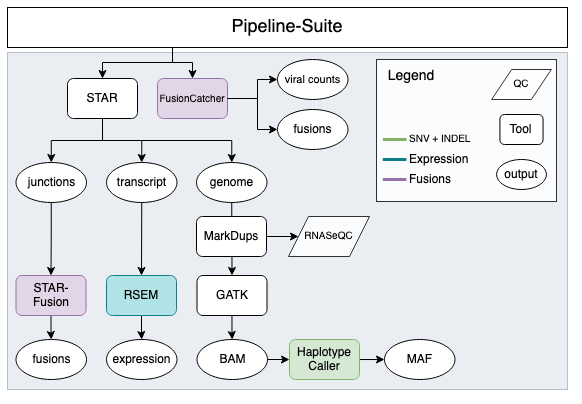
This is pughlab_rna_pipeline_suite.png from pughlab/pipeline-suite, a draw.io export, as it was before one commit. Source tidied: cells renumbered, new cells last; positions are measured from the earlier drawing's top-left corner, leaving out a move shared by most shapes.
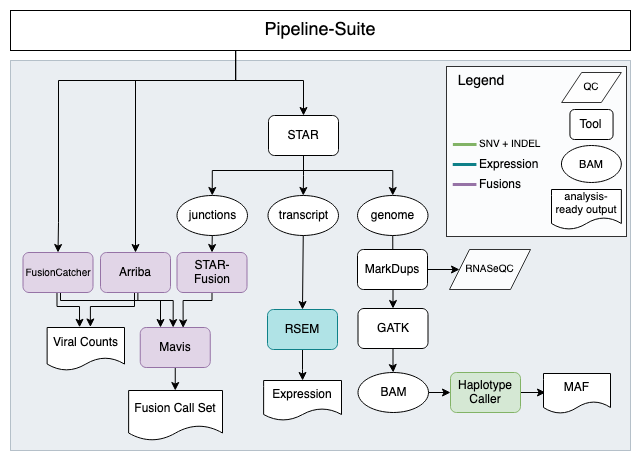
After the commit.

The edit, as a diff of the source:
```diff
@@ -2,74 +2,83 @@
   <root>
     <mxCell id="0" />
     <mxCell id="1" parent="0" />
-    <mxCell id="2" style="rounded=0;whiteSpace=wrap;html=1;fillColor=#bac8d3;opacity=30;strokeColor=#23445d;" parent="1" vertex="1">
-      <mxGeometry y="45" width="560" height="337" as="geometry" />
-    </mxCell>
-    <mxCell id="3" style="edgeStyle=orthogonalEdgeStyle;rounded=0;jettySize=auto;html=1;" parent="1" edge="1" source="4" target="29">
-      <mxGeometry relative="1" as="geometry" />
-    </mxCell>
+    <mxCell id="53" style="rounded=0;whiteSpace=wrap;html=1;fillColor=#bac8d3;opacity=30;strokeColor=#23445d;" parent="1" vertex="1">
+      <mxGeometry x="-50" y="12" width="620" height="390" as="geometry" />
+    </mxCell>
+    <mxCell id="54" style="rounded=0;whiteSpace=wrap;html=1;opacity=80;" parent="1" vertex="1">
+      <mxGeometry x="386" y="18" width="180" height="170" as="geometry" />
+    </mxCell>
+    <mxCell id="55" style="edgeStyle=orthogonalEdgeStyle;rounded=0;jettySize=auto;html=1;" parent="1" edge="1" source="4" target="78">
+      <mxGeometry relative="1" as="geometry" />
+    </mxCell>
     <mxCell id="4" value="RSEM" style="rounded=1;whiteSpace=wrap;html=1;fillColor=#b0e3e6;strokeColor=#0e8088;" parent="1" vertex="1">
-      <mxGeometry x="99" y="268" width="70" height="40" as="geometry" />
+      <mxGeometry x="207" y="261" width="70" height="40" as="geometry" />
     </mxCell>
-    <mxCell id="5" style="edgeStyle=orthogonalEdgeStyle;rounded=0;jettySize=auto;html=1;entryX=0;entryY=0.5;entryDx=0;entryDy=0;" parent="1" edge="1" source="6" target="31">
-      <mxGeometry relative="1" as="geometry">
-        <Array as="points">
-          <mxPoint x="250" y="91" />
-          <mxPoint x="250" y="72" />
-        </Array>
-      </mxGeometry>
-    </mxCell>
-    <mxCell id="6" value="&lt;font style=&quot;font-size: 10px&quot;&gt;FusionCatcher&lt;/font&gt;" style="rounded=1;whiteSpace=wrap;html=1;fillColor=#e1d5e7;strokeColor=#9673a6;" parent="1" vertex="1">
-      <mxGeometry x="150" y="71" width="70" height="40" as="geometry" />
-    </mxCell>
-    <mxCell id="7" style="edgeStyle=orthogonalEdgeStyle;rounded=0;jettySize=auto;html=1;entryX=0.5;entryY=0;entryDx=0;entryDy=0;exitX=0.5;exitY=1;exitDx=0;exitDy=0;" parent="1" edge="1" target="8">
-      <mxGeometry relative="1" as="geometry">
-        <mxPoint x="165" y="35" as="sourcePoint" />
-        <Array as="points">
-          <mxPoint x="170" y="55" />
-          <mxPoint x="125" y="55" />
-        </Array>
-      </mxGeometry>
-    </mxCell>
+    <mxCell id="56" style="edgeStyle=orthogonalEdgeStyle;rounded=0;jettySize=auto;html=1;entryX=0.419;entryY=-0.005;entryDx=0;entryDy=0;entryPerimeter=0;" parent="1" edge="1" target="77">
+      <mxGeometry relative="1" as="geometry">
+        <mxPoint x="-3.5" y="240" as="sourcePoint" />
+        <Array as="points">
+          <mxPoint x="-3" y="258" />
+          <mxPoint x="19" y="258" />
+        </Array>
+      </mxGeometry>
+    </mxCell>
+    <mxCell id="57" style="edgeStyle=orthogonalEdgeStyle;rounded=0;jettySize=auto;html=1;entryX=0.5;entryY=0;entryDx=0;entryDy=0;exitX=0.5;exitY=1;exitDx=0;exitDy=0;" parent="1" edge="1" target="8">
+      <mxGeometry relative="1" as="geometry">
+        <mxPoint x="175" y="-3" as="sourcePoint" />
+        <Array as="points">
+          <mxPoint x="175" y="32" />
+          <mxPoint x="243" y="32" />
+        </Array>
+      </mxGeometry>
+    </mxCell>
     <mxCell id="8" value="STAR" style="rounded=1;whiteSpace=wrap;html=1;" parent="1" vertex="1">
-      <mxGeometry x="60" y="71" width="70" height="40" as="geometry" />
+      <mxGeometry x="208" y="67" width="70" height="40" as="geometry" />
     </mxCell>
     <mxCell id="9" style="edgeStyle=orthogonalEdgeStyle;rounded=0;jettySize=auto;html=1;" parent="1" edge="1" source="10" target="17">
       <mxGeometry relative="1" as="geometry" />
     </mxCell>
     <mxCell id="10" value="GATK" style="rounded=1;whiteSpace=wrap;html=1;" parent="1" vertex="1">
-      <mxGeometry x="189.5" y="268" width="70" height="40" as="geometry" />
+      <mxGeometry x="297.5" y="260" width="70" height="40" as="geometry" />
     </mxCell>
     <mxCell id="11" value="RNASeQC" style="shape=parallelogram;perimeter=parallelogramPerimeter;whiteSpace=wrap;html=1;fixedSize=1;rounded=0;fontSize=10;opacity=80;" parent="1" vertex="1">
-      <mxGeometry x="281" y="209" width="81" height="40" as="geometry" />
+      <mxGeometry x="389" y="201" width="81" height="40" as="geometry" />
     </mxCell>
-    <mxCell id="12" style="edgeStyle=orthogonalEdgeStyle;rounded=0;jettySize=auto;html=1;" parent="1" edge="1" source="13" target="30">
-      <mxGeometry relative="1" as="geometry" />
-    </mxCell>
+    <mxCell id="58" style="edgeStyle=orthogonalEdgeStyle;rounded=0;jettySize=auto;html=1;entryX=0.612;entryY=0.01;entryDx=0;entryDy=0;entryPerimeter=0;" parent="1" edge="1" source="13">
+      <mxGeometry relative="1" as="geometry">
+        <mxPoint x="122.6" y="279.4" as="targetPoint" />
+        <Array as="points">
+          <mxPoint x="152" y="252" />
+          <mxPoint x="123" y="252" />
+        </Array>
+      </mxGeometry>
+    </mxCell>
     <mxCell id="13" value="STAR-Fusion" style="rounded=1;whiteSpace=wrap;html=1;fillColor=#e1d5e7;strokeColor=#9673a6;" parent="1" vertex="1">
-      <mxGeometry x="8.5" y="268" width="70" height="40" as="geometry" />
+      <mxGeometry x="116.5" y="204" width="70" height="40" as="geometry" />
     </mxCell>
-    <mxCell id="14" style="edgeStyle=orthogonalEdgeStyle;rounded=0;jumpStyle=none;jettySize=auto;html=1;strokeColor=#000000;entryX=0;entryY=0.5;entryDx=0;entryDy=0;" parent="1" edge="1" source="15" target="33">
-      <mxGeometry relative="1" as="geometry" />
-    </mxCell>
+    <mxCell id="59" style="edgeStyle=orthogonalEdgeStyle;rounded=0;jumpStyle=none;jettySize=auto;html=1;strokeColor=#000000;entryX=0;entryY=0.5;entryDx=0;entryDy=0;" parent="1" edge="1" source="15">
+      <mxGeometry relative="1" as="geometry">
+        <mxPoint x="485" y="344" as="targetPoint" />
+      </mxGeometry>
+    </mxCell>
     <mxCell id="15" value="&lt;div&gt;&lt;font style=&quot;font-size: 12px&quot;&gt;Haplotype&lt;/font&gt;&lt;/div&gt;&lt;div&gt;&lt;font style=&quot;font-size: 12px&quot;&gt;Caller&lt;/font&gt;&lt;/div&gt;" style="rounded=1;whiteSpace=wrap;html=1;fillColor=#d5e8d4;strokeColor=#82b366;" parent="1" vertex="1">
-      <mxGeometry x="282" y="332" width="70" height="40" as="geometry" />
+      <mxGeometry x="390" y="324" width="70" height="40" as="geometry" />
     </mxCell>
     <mxCell id="16" style="edgeStyle=orthogonalEdgeStyle;rounded=0;jumpStyle=none;jettySize=auto;html=1;strokeColor=#000000;entryX=0;entryY=0.5;entryDx=0;entryDy=0;exitX=1;exitY=0.5;exitDx=0;exitDy=0;" parent="1" edge="1" source="17" target="15">
       <mxGeometry relative="1" as="geometry" />
     </mxCell>
     <mxCell id="17" value="BAM" style="ellipse;whiteSpace=wrap;html=1;" parent="1" vertex="1">
-      <mxGeometry x="189.5" y="332" width="70.5" height="40" as="geometry" />
+      <mxGeometry x="297.5" y="324" width="70.5" height="40" as="geometry" />
     </mxCell>
     <mxCell id="18" style="edgeStyle=orthogonalEdgeStyle;rounded=0;jettySize=auto;html=1;entryX=0.5;entryY=0;entryDx=0;entryDy=0;exitX=0.5;exitY=1;exitDx=0;exitDy=0;" parent="1" edge="1" source="19" target="4">
       <mxGeometry relative="1" as="geometry">
         <Array as="points">
-          <mxPoint x="134" y="195" />
+          <mxPoint x="242" y="187" />
         </Array>
       </mxGeometry>
     </mxCell>
     <mxCell id="19" value="transcript" style="ellipse;whiteSpace=wrap;html=1;" parent="1" vertex="1">
-      <mxGeometry x="99" y="155" width="70.5" height="40" as="geometry" />
+      <mxGeometry x="207.5" y="147" width="70.5" height="40" as="geometry" />
     </mxCell>
     <mxCell id="20" style="edgeStyle=orthogonalEdgeStyle;rounded=0;jettySize=auto;html=1;exitX=1;exitY=0.5;exitDx=0;exitDy=0;" parent="1" edge="1" source="52" target="11">
       <mxGeometry relative="1" as="geometry" />
@@ -78,121 +87,169 @@
       <mxGeometry relative="1" as="geometry" />
     </mxCell>
     <mxCell id="22" value="genome" style="ellipse;whiteSpace=wrap;html=1;" parent="1" vertex="1">
-      <mxGeometry x="189" y="155" width="70.5" height="40" as="geometry" />
+      <mxGeometry x="297" y="147" width="70.5" height="40" as="geometry" />
     </mxCell>
-    <mxCell id="23" style="edgeStyle=orthogonalEdgeStyle;rounded=0;jettySize=auto;html=1;entryX=0.5;entryY=0;entryDx=0;entryDy=0;" parent="1" edge="1" source="24" target="13">
-      <mxGeometry relative="1" as="geometry" />
-    </mxCell>
     <mxCell id="24" value="junctions" style="ellipse;whiteSpace=wrap;html=1;" parent="1" vertex="1">
-      <mxGeometry x="8.5" y="155" width="70.5" height="40" as="geometry" />
+      <mxGeometry x="116.5" y="147" width="70.5" height="40" as="geometry" />
     </mxCell>
-    <mxCell id="25" style="edgeStyle=orthogonalEdgeStyle;rounded=0;jettySize=auto;html=1;exitX=0.5;exitY=1;exitDx=0;exitDy=0;entryX=0.5;entryY=0;entryDx=0;entryDy=0;" parent="1" edge="1" target="6">
-      <mxGeometry relative="1" as="geometry">
-        <mxPoint x="165" y="35" as="sourcePoint" />
-        <Array as="points">
-          <mxPoint x="170" y="55" />
-          <mxPoint x="217" y="55" />
-        </Array>
-      </mxGeometry>
-    </mxCell>
     <mxCell id="26" style="edgeStyle=orthogonalEdgeStyle;rounded=0;jettySize=auto;html=1;entryX=0.5;entryY=0;entryDx=0;entryDy=0;exitX=0.5;exitY=1;exitDx=0;exitDy=0;" parent="1" edge="1" source="8" target="24">
-      <mxGeometry relative="1" as="geometry" />
+      <mxGeometry relative="1" as="geometry">
+        <Array as="points">
+          <mxPoint x="243" y="122" />
+          <mxPoint x="152" y="122" />
+        </Array>
+      </mxGeometry>
     </mxCell>
     <mxCell id="27" style="edgeStyle=orthogonalEdgeStyle;rounded=0;jettySize=auto;html=1;entryX=0.5;entryY=0;entryDx=0;entryDy=0;exitX=0.5;exitY=1;exitDx=0;exitDy=0;" parent="1" edge="1" source="8" target="19">
       <mxGeometry relative="1" as="geometry" />
     </mxCell>
     <mxCell id="28" style="edgeStyle=orthogonalEdgeStyle;rounded=0;jettySize=auto;html=1;entryX=0.5;entryY=0;entryDx=0;entryDy=0;exitX=0.5;exitY=1;exitDx=0;exitDy=0;" parent="1" edge="1" source="8" target="22">
-      <mxGeometry relative="1" as="geometry" />
+      <mxGeometry relative="1" as="geometry">
+        <Array as="points">
+          <mxPoint x="243" y="122" />
+          <mxPoint x="332" y="122" />
+        </Array>
+      </mxGeometry>
     </mxCell>
-    <mxCell id="29" value="expression" style="ellipse;whiteSpace=wrap;html=1;" parent="1" vertex="1">
-      <mxGeometry x="99" y="332" width="70.5" height="40" as="geometry" />
-    </mxCell>
-    <mxCell id="30" value="fusions" style="ellipse;whiteSpace=wrap;html=1;" parent="1" vertex="1">
-      <mxGeometry x="8.5" y="332" width="70.5" height="40" as="geometry" />
-    </mxCell>
-    <mxCell id="31" value="&lt;font style=&quot;font-size: 11px&quot;&gt;viral counts&lt;/font&gt;" style="ellipse;whiteSpace=wrap;html=1;" parent="1" vertex="1">
-      <mxGeometry x="270" y="52" width="70.5" height="40" as="geometry" />
-    </mxCell>
-    <mxCell id="32" value="fusions" style="ellipse;whiteSpace=wrap;html=1;" parent="1" vertex="1">
-      <mxGeometry x="270" y="102" width="70.5" height="40" as="geometry" />
-    </mxCell>
-    <mxCell id="33" value="MAF" style="ellipse;whiteSpace=wrap;html=1;" parent="1" vertex="1">
-      <mxGeometry x="377" y="332" width="70.5" height="40" as="geometry" />
-    </mxCell>
-    <mxCell id="34" style="edgeStyle=orthogonalEdgeStyle;rounded=0;jettySize=auto;html=1;exitX=1;exitY=0.5;exitDx=0;exitDy=0;entryX=0;entryY=0.5;entryDx=0;entryDy=0;" parent="1" edge="1" source="6" target="32">
-      <mxGeometry relative="1" as="geometry">
-        <Array as="points">
-          <mxPoint x="250" y="91" />
-          <mxPoint x="250" y="122" />
-        </Array>
-      </mxGeometry>
-    </mxCell>
+    <mxCell id="60" style="edgeStyle=orthogonalEdgeStyle;rounded=0;jettySize=auto;html=1;startArrow=none;exitX=0.5;exitY=1;exitDx=0;exitDy=0;" parent="1" edge="1" source="65">
+      <mxGeometry relative="1" as="geometry">
+        <mxPoint x="114.8" y="342" as="targetPoint" />
+      </mxGeometry>
+    </mxCell>
+    <mxCell id="51" style="edgeStyle=orthogonalEdgeStyle;rounded=0;jettySize=auto;html=1;entryX=0.5;entryY=0;entryDx=0;entryDy=0;" parent="1" edge="1" source="52" target="10">
+      <mxGeometry relative="1" as="geometry">
+        <Array as="points">
+          <mxPoint x="332" y="260" />
+        </Array>
+      </mxGeometry>
+    </mxCell>
+    <mxCell id="52" value="MarkDups" style="rounded=1;whiteSpace=wrap;html=1;" parent="1" vertex="1">
+      <mxGeometry x="297" y="201" width="70" height="40" as="geometry" />
+    </mxCell>
+    <mxCell id="61" style="edgeStyle=orthogonalEdgeStyle;rounded=0;jettySize=auto;html=1;entryX=0.559;entryY=-0.012;entryDx=0;entryDy=0;entryPerimeter=0;" parent="1" edge="1" target="77">
+      <mxGeometry relative="1" as="geometry">
+        <mxPoint x="74" y="240" as="sourcePoint" />
+        <Array as="points">
+          <mxPoint x="74" y="258" />
+          <mxPoint x="30" y="258" />
+        </Array>
+      </mxGeometry>
+    </mxCell>
+    <mxCell id="62" style="edgeStyle=orthogonalEdgeStyle;rounded=0;jettySize=auto;html=1;exitX=0.5;exitY=1;exitDx=0;exitDy=0;" parent="1" edge="1" source="6" target="65">
+      <mxGeometry relative="1" as="geometry">
+        <Array as="points">
+          <mxPoint y="244" />
+          <mxPoint y="252" />
+          <mxPoint x="100" y="252" />
+        </Array>
+      </mxGeometry>
+    </mxCell>
+    <mxCell id="63" style="edgeStyle=orthogonalEdgeStyle;rounded=0;jettySize=auto;html=1;entryX=0.5;entryY=0;entryDx=0;entryDy=0;exitX=0.297;exitY=1.079;exitDx=0;exitDy=0;exitPerimeter=0;" parent="1" edge="1" target="76">
+      <mxGeometry relative="1" as="geometry">
+        <mxPoint x="175.3" y="0.2" as="sourcePoint" />
+        <Array as="points">
+          <mxPoint x="175" y="32" />
+          <mxPoint x="75" y="32" />
+        </Array>
+      </mxGeometry>
+    </mxCell>
+    <mxCell id="64" style="edgeStyle=orthogonalEdgeStyle;rounded=0;jettySize=auto;html=1;entryX=0.5;entryY=0;entryDx=0;entryDy=0;" parent="1" edge="1" target="6">
+      <mxGeometry relative="1" as="geometry">
+        <mxPoint x="175" y="2" as="sourcePoint" />
+        <Array as="points">
+          <mxPoint x="175" y="32" />
+          <mxPoint x="-2" y="32" />
+          <mxPoint x="-2" y="174" />
+          <mxPoint x="-2" y="174" />
+        </Array>
+      </mxGeometry>
+    </mxCell>
     <mxCell id="35" value="Pipeline-Suite" style="rounded=0;whiteSpace=wrap;html=1;glass=0;shadow=0;sketch=0;fontStyle=0;fontSize=18;" parent="1" vertex="1">
-      <mxGeometry width="560" height="40" as="geometry" />
+      <mxGeometry x="-50" y="-38" width="620" height="40" as="geometry" />
     </mxCell>
-    <mxCell id="36" style="group;" parent="1" vertex="1">
-      <mxGeometry x="369" y="52" width="180" height="142" as="geometry" />
-    </mxCell>
-    <mxCell id="37" style="rounded=0;whiteSpace=wrap;html=1;opacity=80;" parent="36" vertex="1">
-      <mxGeometry width="180" height="142" as="geometry" />
-    </mxCell>
+    <mxCell id="23" style="endArrow=classic;html=1;rounded=0;entryX=0.5;entryY=0;entryDx=0;entryDy=0;exitX=0.5;exitY=1;exitDx=0;exitDy=0;" parent="1" edge="1" source="24" target="13">
+      <mxGeometry relative="1" as="geometry" />
+    </mxCell>
+    <mxCell id="65" value="Mavis" style="rounded=1;whiteSpace=wrap;html=1;fillColor=#e1d5e7;strokeColor=#9673a6;" parent="1" vertex="1">
+      <mxGeometry x="79.8" y="279" width="70" height="40" as="geometry" />
+    </mxCell>
+    <mxCell id="66" value="analysis-ready output" style="shape=document;whiteSpace=wrap;html=1;boundedLbl=1;fontSize=11;align=center;" parent="1" vertex="1">
+      <mxGeometry x="491" y="141" width="69.9" height="40" as="geometry" />
+    </mxCell>
-    <mxCell id="38" value="QC" style="shape=parallelogram;perimeter=parallelogramPerimeter;whiteSpace=wrap;html=1;fixedSize=1;rounded=0;fontSize=10;opacity=80;" parent="36" vertex="1">
-      <mxGeometry x="115.2" y="10" width="59.7" height="30" as="geometry" />
+    <mxCell id="38" value="QC" style="shape=parallelogram;perimeter=parallelogramPerimeter;whiteSpace=wrap;html=1;fixedSize=1;rounded=0;fontSize=10;opacity=80;" parent="1" vertex="1">
+      <mxGeometry x="501.2" y="24" width="59.7" height="30" as="geometry" />
     </mxCell>
-    <mxCell id="39" value="Tool" style="rounded=1;whiteSpace=wrap;html=1;" parent="36" vertex="1">
-      <mxGeometry x="123.4" y="55" width="43.1" height="30" as="geometry" />
+    <mxCell id="39" value="Tool" style="rounded=1;whiteSpace=wrap;html=1;" parent="1" vertex="1">
+      <mxGeometry x="509.4" y="61" width="43.1" height="30" as="geometry" />
     </mxCell>
-    <mxCell id="40" value="output" style="ellipse;whiteSpace=wrap;html=1;" parent="36" vertex="1">
-      <mxGeometry x="120.1" y="100" width="49.7" height="30" as="geometry" />
-    </mxCell>
-    <mxCell id="41" value="&lt;font style=&quot;font-size: 14px&quot;&gt;Legend&lt;/font&gt;" style="text;html=1;strokeColor=none;fillColor=none;align=center;verticalAlign=middle;whiteSpace=wrap;rounded=0;shadow=0;glass=0;sketch=0;fontSize=18;opacity=80;" parent="36" vertex="1">
-      <mxGeometry y="6" width="69.5" height="20" as="geometry" />
+    <mxCell id="41" value="&lt;font style=&quot;font-size: 14px&quot;&gt;Legend&lt;/font&gt;" style="text;html=1;strokeColor=none;fillColor=none;align=center;verticalAlign=middle;whiteSpace=wrap;rounded=0;shadow=0;glass=0;sketch=0;fontSize=18;opacity=80;" parent="1" vertex="1">
+      <mxGeometry x="386" y="22" width="69.5" height="20" as="geometry" />
     </mxCell>
-    <mxCell id="42" style="group;" parent="36" vertex="1">
-      <mxGeometry x="6.4" y="70" width="98.6" height="20" as="geometry" />
-    </mxCell>
-    <mxCell id="43" style="endArrow=none;html=1;strokeWidth=3;fillColor=#d5e8d4;sketch=0;strokeColor=#82B366;" parent="42" edge="1">
-      <mxGeometry y="-6.5" as="geometry">
-        <mxPoint y="10" as="sourcePoint" />
-        <mxPoint x="23.7" y="10" as="targetPoint" />
-      </mxGeometry>
-    </mxCell>
+    <mxCell id="67" style="group;" parent="1" vertex="1">
+      <mxGeometry x="392.4" y="86" width="98.6" height="20" as="geometry" />
+    </mxCell>
+    <mxCell id="68" style="endArrow=none;html=1;strokeWidth=3;fillColor=#d5e8d4;sketch=0;strokeColor=#82B366;" parent="67" edge="1">
+      <mxGeometry y="-6.5" as="geometry">
+        <mxPoint y="10" as="sourcePoint" />
+        <mxPoint x="23.7" y="10" as="targetPoint" />
+      </mxGeometry>
+    </mxCell>
-    <mxCell id="44" value="&lt;font style=&quot;font-size: 10px;&quot;&gt;SNV&lt;/font&gt;&lt;font style=&quot;font-size: 10px;&quot;&gt; + INDEL&lt;/font&gt;" style="text;html=1;strokeColor=none;fillColor=none;align=left;verticalAlign=middle;whiteSpace=wrap;rounded=0;opacity=80;fontSize=10;" parent="42" vertex="1">
+    <mxCell id="44" value="&lt;font style=&quot;font-size: 10px;&quot;&gt;SNV&lt;/font&gt;&lt;font style=&quot;font-size: 10px;&quot;&gt; + INDEL&lt;/font&gt;" style="text;html=1;strokeColor=none;fillColor=none;align=left;verticalAlign=middle;whiteSpace=wrap;rounded=0;opacity=80;fontSize=10;" parent="67" vertex="1">
       <mxGeometry x="24.8" width="73.9" height="20" as="geometry" />
     </mxCell>
-    <mxCell id="45" style="group;" parent="36" vertex="1">
-      <mxGeometry x="6.2" y="90" width="98.8" height="20" as="geometry" />
-    </mxCell>
-    <mxCell id="46" style="endArrow=none;html=1;strokeWidth=3;fillColor=#dae8fc;sketch=0;strokeColor=#0E8088;" parent="45" edge="1">
-      <mxGeometry y="11.5" as="geometry">
-        <mxPoint y="10" as="sourcePoint" />
-        <mxPoint x="23.7" y="10" as="targetPoint" />
-      </mxGeometry>
-    </mxCell>
+    <mxCell id="69" style="group;" parent="1" vertex="1">
+      <mxGeometry x="392.2" y="106" width="98.8" height="20" as="geometry" />
+    </mxCell>
+    <mxCell id="70" style="endArrow=none;html=1;strokeWidth=3;fillColor=#dae8fc;sketch=0;strokeColor=#0E8088;" parent="69" edge="1">
+      <mxGeometry y="11.5" as="geometry">
+        <mxPoint y="10" as="sourcePoint" />
+        <mxPoint x="23.7" y="10" as="targetPoint" />
+      </mxGeometry>
+    </mxCell>
-    <mxCell id="47" value="Expression" style="text;html=1;strokeColor=none;fillColor=none;align=left;verticalAlign=middle;whiteSpace=wrap;rounded=0;opacity=80;" parent="45" vertex="1">
+    <mxCell id="47" value="Expression" style="text;html=1;strokeColor=none;fillColor=none;align=left;verticalAlign=middle;whiteSpace=wrap;rounded=0;opacity=80;" parent="69" vertex="1">
       <mxGeometry x="25" width="73.8" height="20" as="geometry" />
     </mxCell>
-    <mxCell id="48" style="group;" parent="36" vertex="1">
-      <mxGeometry x="6.2" y="110" width="80" height="20" as="geometry" />
-    </mxCell>
-    <mxCell id="49" style="endArrow=none;html=1;strokeWidth=3;fillColor=#b0e3e6;sketch=0;strokeColor=#9673A6;" parent="48" edge="1">
-      <mxGeometry y="-25.5" as="geometry">
-        <mxPoint y="10" as="sourcePoint" />
-        <mxPoint x="23.7" y="10" as="targetPoint" />
-      </mxGeometry>
-    </mxCell>
+    <mxCell id="71" style="group;" parent="1" vertex="1">
+      <mxGeometry x="392.2" y="126" width="80" height="20" as="geometry" />
+    </mxCell>
+    <mxCell id="72" style="endArrow=none;html=1;strokeWidth=3;fillColor=#b0e3e6;sketch=0;strokeColor=#9673A6;" parent="71" edge="1">
+      <mxGeometry y="-25.5" as="geometry">
+        <mxPoint y="10" as="sourcePoint" />
+        <mxPoint x="23.7" y="10" as="targetPoint" />
+      </mxGeometry>
+    </mxCell>
-    <mxCell id="50" value="Fusions" style="text;html=1;strokeColor=none;fillColor=none;align=left;verticalAlign=middle;whiteSpace=wrap;rounded=0;opacity=80;" parent="48" vertex="1">
+    <mxCell id="50" value="Fusions" style="text;html=1;strokeColor=none;fillColor=none;align=left;verticalAlign=middle;whiteSpace=wrap;rounded=0;opacity=80;" parent="71" vertex="1">
       <mxGeometry x="25.2" width="54.8" height="20" as="geometry" />
     </mxCell>
-    <mxCell id="51" style="edgeStyle=orthogonalEdgeStyle;rounded=0;jettySize=auto;html=1;entryX=0.5;entryY=0;entryDx=0;entryDy=0;" parent="1" edge="1" source="52" target="10">
-      <mxGeometry relative="1" as="geometry">
-        <Array as="points">
-          <mxPoint x="224" y="268" />
-        </Array>
-      </mxGeometry>
-    </mxCell>
-    <mxCell id="52" value="MarkDups" style="rounded=1;whiteSpace=wrap;html=1;" parent="1" vertex="1">
-      <mxGeometry x="189" y="209" width="70" height="40" as="geometry" />
-    </mxCell>
+    <mxCell id="73" value="BAM" style="ellipse;whiteSpace=wrap;html=1;fontSize=11;align=center;" parent="1" vertex="1">
+      <mxGeometry x="501" y="97" width="59.9" height="37" as="geometry" />
+    </mxCell>
+    <mxCell id="74" value="Fusion Call Set" style="shape=document;whiteSpace=wrap;html=1;boundedLbl=1;" parent="1" vertex="1">
+      <mxGeometry x="68.1" y="342" width="93.9" height="50" as="geometry" />
+    </mxCell>
+    <mxCell id="75" style="edgeStyle=orthogonalEdgeStyle;rounded=0;jettySize=auto;html=1;exitX=0.534;exitY=0.994;exitDx=0;exitDy=0;exitPerimeter=0;entryX=0.47;entryY=0.001;entryDx=0;entryDy=0;entryPerimeter=0;" parent="1" edge="1" target="65">
+      <mxGeometry relative="1" as="geometry">
+        <mxPoint x="77.4" y="241.8" as="sourcePoint" />
+        <Array as="points">
+          <mxPoint x="77" y="252" />
+          <mxPoint x="113" y="252" />
+        </Array>
+      </mxGeometry>
+    </mxCell>
+    <mxCell id="76" value="Arriba" style="rounded=1;whiteSpace=wrap;html=1;fillColor=#e1d5e7;strokeColor=#9673a6;" parent="1" vertex="1">
+      <mxGeometry x="40" y="204" width="70" height="40" as="geometry" />
+    </mxCell>
+    <mxCell id="6" value="&lt;font style=&quot;font-size: 10px&quot;&gt;FusionCatcher&lt;/font&gt;" style="rounded=1;whiteSpace=wrap;html=1;fillColor=#e1d5e7;strokeColor=#9673a6;" parent="1" vertex="1">
+      <mxGeometry x="-37.5" y="204" width="70" height="40" as="geometry" />
+    </mxCell>
+    <mxCell id="77" value="Viral Counts" style="shape=document;whiteSpace=wrap;html=1;boundedLbl=1;" parent="1" vertex="1">
+      <mxGeometry x="-13.4" y="279" width="77.4" height="43" as="geometry" />
+    </mxCell>
+    <mxCell id="78" value="Expression" style="shape=document;whiteSpace=wrap;html=1;boundedLbl=1;" parent="1" vertex="1">
+      <mxGeometry x="203.1" y="332" width="77.9" height="40" as="geometry" />
+    </mxCell>
+    <mxCell id="33" value="MAF" style="shape=document;whiteSpace=wrap;html=1;boundedLbl=1;" parent="1" vertex="1">
+      <mxGeometry x="483" y="325" width="67" height="40" as="geometry" />
+    </mxCell>
   </root>
 </mxGraphModel>
```
